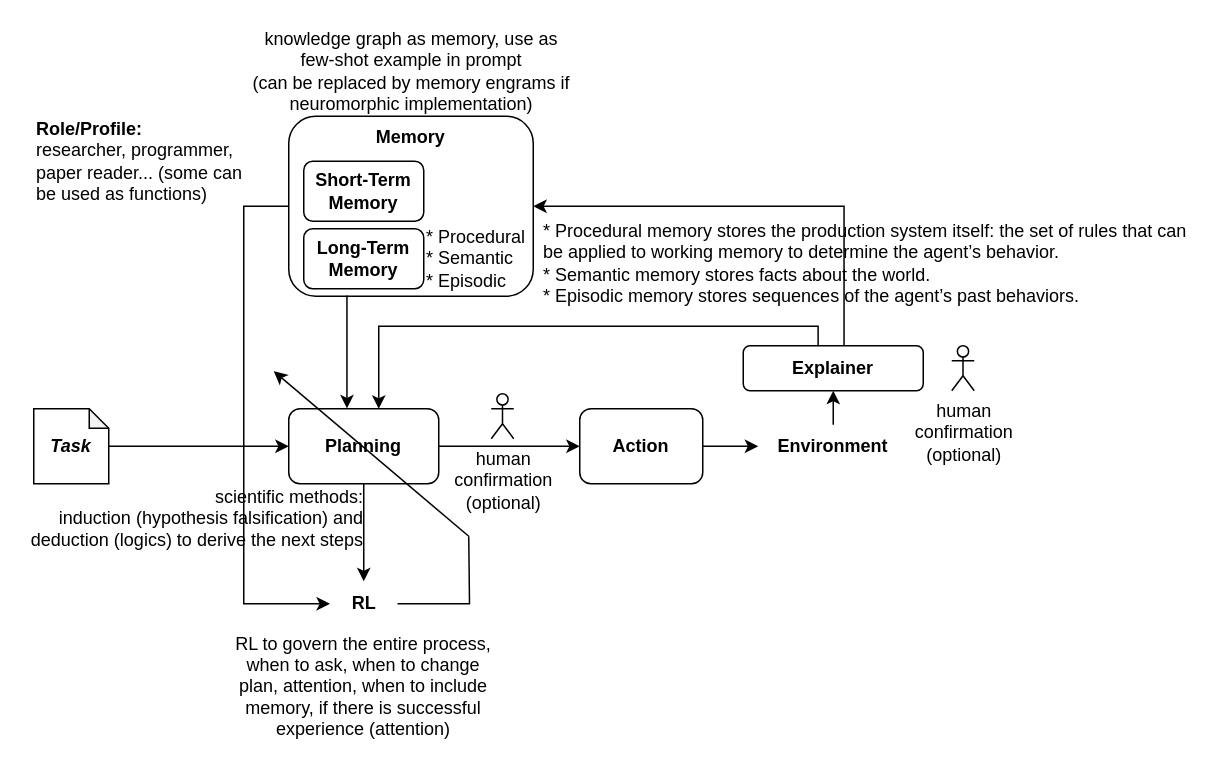
Hockey86/ArtificialOscillation keeps this draw.io diagram as docs/docs/img/diagram.drawio. Above is the earlier version. Source tidied: cells renumbered, new cells numbered last; positions are measured from the earlier drawing's top-left corner, leaving out a move shared by most shapes. Both pictures are drawn from the tidied source at 150%, with x=0, y=0 at pixel (26, 26).
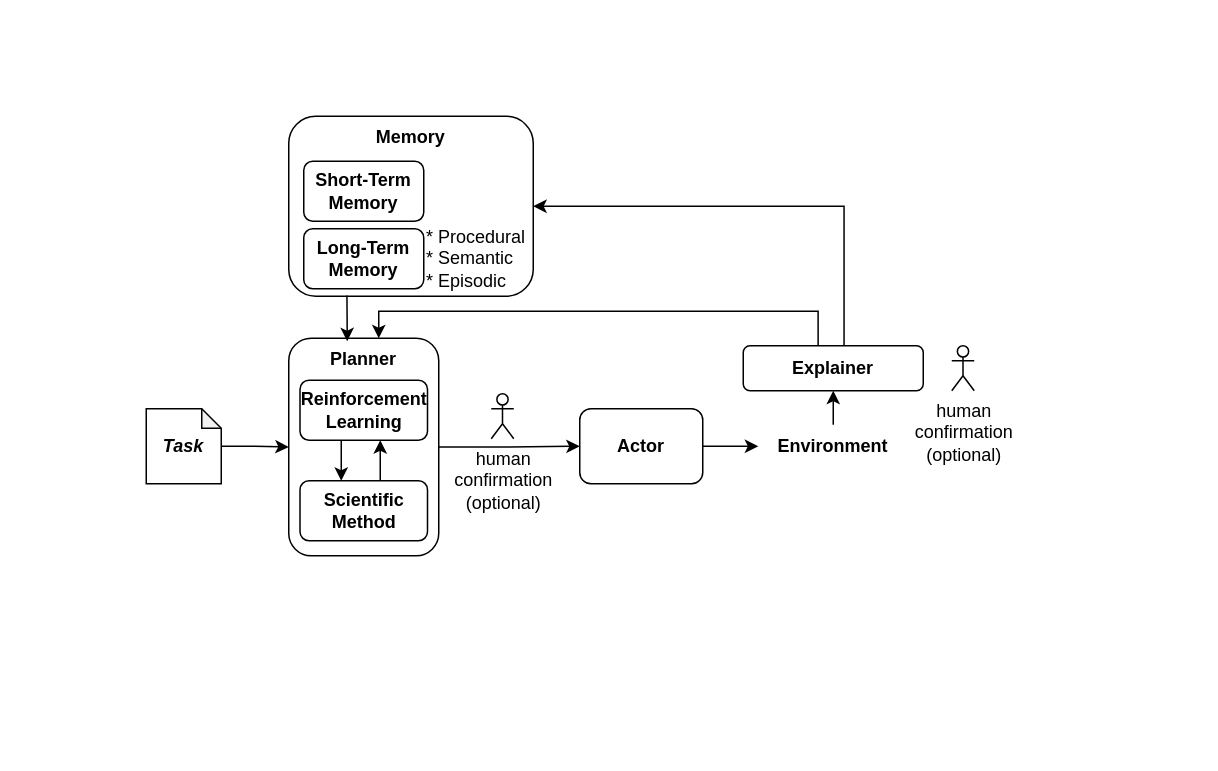
The same diagram, later.

The change refers to these unchanged cells:
```xml
<mxCell id="6" value="Memory" style="rounded=1;whiteSpace=wrap;html=1;fontStyle=1;verticalAlign=top;" parent="1" vertex="1">
  <mxGeometry x="175" y="60" width="163" height="120" as="geometry" />
</mxCell>
<mxCell id="18" value="Explainer" style="rounded=1;whiteSpace=wrap;html=1;fontStyle=1;" parent="1" vertex="1">
  <mxGeometry x="478" y="213" width="120" height="30" as="geometry" />
</mxCell>
```

Change to the diagram source:
```diff
@@
-    <mxCell id="2" value="RL to govern the entire process, when to ask, when to change plan, attention, when to include memory, if there is successful experience (attention)" style="text;html=1;align=center;verticalAlign=middle;whiteSpace=wrap;rounded=0;" parent="1" vertex="1">
-      <mxGeometry x="135" y="400" width="180" height="80" as="geometry" />
-    </mxCell>
-    <mxCell id="3" value="knowledge graph as memory, use as few-shot example in prompt&lt;div&gt;&lt;span style=&quot;background-color: initial;&quot;&gt;(can be replaced by memory engrams if neuromorphic implementation)&lt;/span&gt;&lt;/div&gt;" style="text;html=1;align=center;verticalAlign=middle;whiteSpace=wrap;rounded=0;" parent="1" vertex="1">
-      <mxGeometry x="146.5" width="220" height="60" as="geometry" />
-    </mxCell>
-    <mxCell id="4" value="&lt;b&gt;Role/Profile:&lt;/b&gt;&lt;div&gt;researcher, programmer, paper reader... (some can be used as functions)&lt;/div&gt;" style="text;html=1;align=left;verticalAlign=middle;whiteSpace=wrap;rounded=0;" parent="1" vertex="1">
-      <mxGeometry x="5" y="60" width="147" height="60" as="geometry" />
-    </mxCell>
-    <mxCell id="5" style="edgeStyle=orthogonalEdgeStyle;rounded=0;jettySize=auto;html=1;entryX=0;entryY=0.5;entryDx=0;entryDy=0;exitX=0;exitY=0.5;exitDx=0;exitDy=0;" parent="1" edge="1" source="6" target="21">
-      <mxGeometry relative="1" as="geometry">
-        <Array as="points">
-          <mxPoint x="145" y="120" />
-          <mxPoint x="145" y="385" />
-        </Array>
-      </mxGeometry>
-    </mxCell>
@@
     <mxCell id="8" value="&lt;b&gt;&lt;i&gt;Task&lt;/i&gt;&lt;/b&gt;" style="shape=note;whiteSpace=wrap;html=1;backgroundOutline=1;darkOpacity=0.05;size=13;" parent="1" vertex="1">
-      <mxGeometry x="5" y="255" width="50" height="50" as="geometry" />
+      <mxGeometry x="80" y="255" width="50" height="50" as="geometry" />
     </mxCell>
@@
-    <mxCell id="10" style="edgeStyle=orthogonalEdgeStyle;rounded=0;jettySize=auto;html=1;entryX=0.5;entryY=0;entryDx=0;entryDy=0;" parent="1" edge="1" source="11" target="21">
-      <mxGeometry relative="1" as="geometry" />
-    </mxCell>
-    <mxCell id="11" value="Planning" style="rounded=1;whiteSpace=wrap;html=1;fontStyle=1;" parent="1" vertex="1">
-      <mxGeometry x="175" y="255" width="100" height="50" as="geometry" />
+    <mxCell id="11" value="Planner" style="rounded=1;whiteSpace=wrap;html=1;fontStyle=1;verticalAlign=top;" parent="1" vertex="1">
+      <mxGeometry x="175" y="208" width="100" height="145" as="geometry" />
     </mxCell>
@@
-    <mxCell id="13" value="Action" style="rounded=1;whiteSpace=wrap;html=1;fontStyle=1;" parent="1" vertex="1">
+    <mxCell id="13" value="Actor" style="rounded=1;whiteSpace=wrap;html=1;fontStyle=1;" parent="1" vertex="1">
       <mxGeometry x="369" y="255" width="82" height="50" as="geometry" />
     </mxCell>
@@
     <mxCell id="15" style="edgeStyle=orthogonalEdgeStyle;rounded=0;jettySize=auto;html=1;exitX=0.416;exitY=-0.019;exitDx=0;exitDy=0;exitPerimeter=0;" parent="1" edge="1" source="18" target="11">
       <mxGeometry relative="1" as="geometry">
         <Array as="points">
-          <mxPoint x="528" y="200" />
-          <mxPoint x="235" y="200" />
+          <mxPoint x="528" y="190" />
+          <mxPoint x="235" y="190" />
         </Array>
       </mxGeometry>
     </mxCell>
@@
-    <mxCell id="17" style="endArrow=classic;html=1;rounded=0;entryX=0.396;entryY=0.016;entryDx=0;entryDy=0;exitX=0.415;exitY=1.01;exitDx=0;exitDy=0;exitPerimeter=0;entryPerimeter=0;" parent="1" edge="1">
+    <mxCell id="17" style="endArrow=classic;html=1;rounded=0;exitX=0.415;exitY=1.01;exitDx=0;exitDy=0;exitPerimeter=0;" parent="1" edge="1">
       <mxGeometry relative="1" as="geometry">
         <mxPoint x="213.8" y="179.5" as="sourcePoint" />
-        <mxPoint x="213.8" y="254.8" as="targetPoint" />
+        <mxPoint x="214" y="210" as="targetPoint" />
       </mxGeometry>
     </mxCell>
@@
-    <mxCell id="20" style="edgeStyle=orthogonalEdgeStyle;rounded=0;jettySize=auto;html=1;endArrow=none;endFill=0;" parent="1" edge="1" source="21">
-      <mxGeometry relative="1" as="geometry">
-        <mxPoint x="295" y="340" as="targetPoint" />
-      </mxGeometry>
-    </mxCell>
-    <mxCell id="21" value="RL" style="text;html=1;align=center;verticalAlign=middle;whiteSpace=wrap;rounded=0;fontStyle=1;" parent="1" vertex="1">
-      <mxGeometry x="202.5" y="370" width="45" height="30" as="geometry" />
-    </mxCell>
-    <mxCell id="22" style="endArrow=classic;html=1;rounded=0;" parent="1" edge="1">
-      <mxGeometry relative="1" as="geometry">
-        <mxPoint x="295" y="340" as="sourcePoint" />
-        <mxPoint x="165" y="230" as="targetPoint" />
-      </mxGeometry>
-    </mxCell>
@@
-    <mxCell id="25" value="* Procedural memory stores the production system itself: the set of rules that can be applied to working memory to determine the agent’s behavior.&#10;* Semantic memory stores facts about the world.&#10;* Episodic memory stores sequences of the agent’s past behaviors." style="text;whiteSpace=wrap;verticalAlign=middle;" parent="1" vertex="1">
-      <mxGeometry x="343" y="118" width="435" height="80" as="geometry" />
-    </mxCell>
@@
-    <mxCell id="28" value="scientific methods:&lt;div&gt;induction (hypothesis falsification) and deduction (logics) to derive the next steps&lt;/div&gt;" style="text;html=1;align=right;verticalAlign=top;whiteSpace=wrap;rounded=0;" parent="1" vertex="1">
-      <mxGeometry y="300.4" width="227" height="60" as="geometry" />
-    </mxCell>
@@
+    <mxCell id="30" style="edgeStyle=orthogonalEdgeStyle;rounded=0;orthogonalLoop=1;jettySize=auto;html=1;entryX=0.5;entryY=0;entryDx=0;entryDy=0;" parent="1" edge="1">
+      <mxGeometry relative="1" as="geometry">
+        <mxPoint x="210" y="276" as="sourcePoint" />
+        <mxPoint x="210" y="303" as="targetPoint" />
+      </mxGeometry>
+    </mxCell>
+    <mxCell id="31" value="Reinforcement Learning" style="rounded=1;whiteSpace=wrap;html=1;fontStyle=1;" parent="1" vertex="1">
+      <mxGeometry x="182.5" y="236" width="85" height="40" as="geometry" />
+    </mxCell>
+    <mxCell id="32" style="edgeStyle=orthogonalEdgeStyle;rounded=0;orthogonalLoop=1;jettySize=auto;html=1;" parent="1" edge="1">
+      <mxGeometry relative="1" as="geometry">
+        <mxPoint x="236" y="303" as="sourcePoint" />
+        <mxPoint x="236" y="276" as="targetPoint" />
+      </mxGeometry>
+    </mxCell>
+    <mxCell id="33" value="Scientific Method" style="rounded=1;whiteSpace=wrap;html=1;fontStyle=1;" parent="1" vertex="1">
+      <mxGeometry x="182.5" y="303" width="85" height="40" as="geometry" />
+    </mxCell>
```
